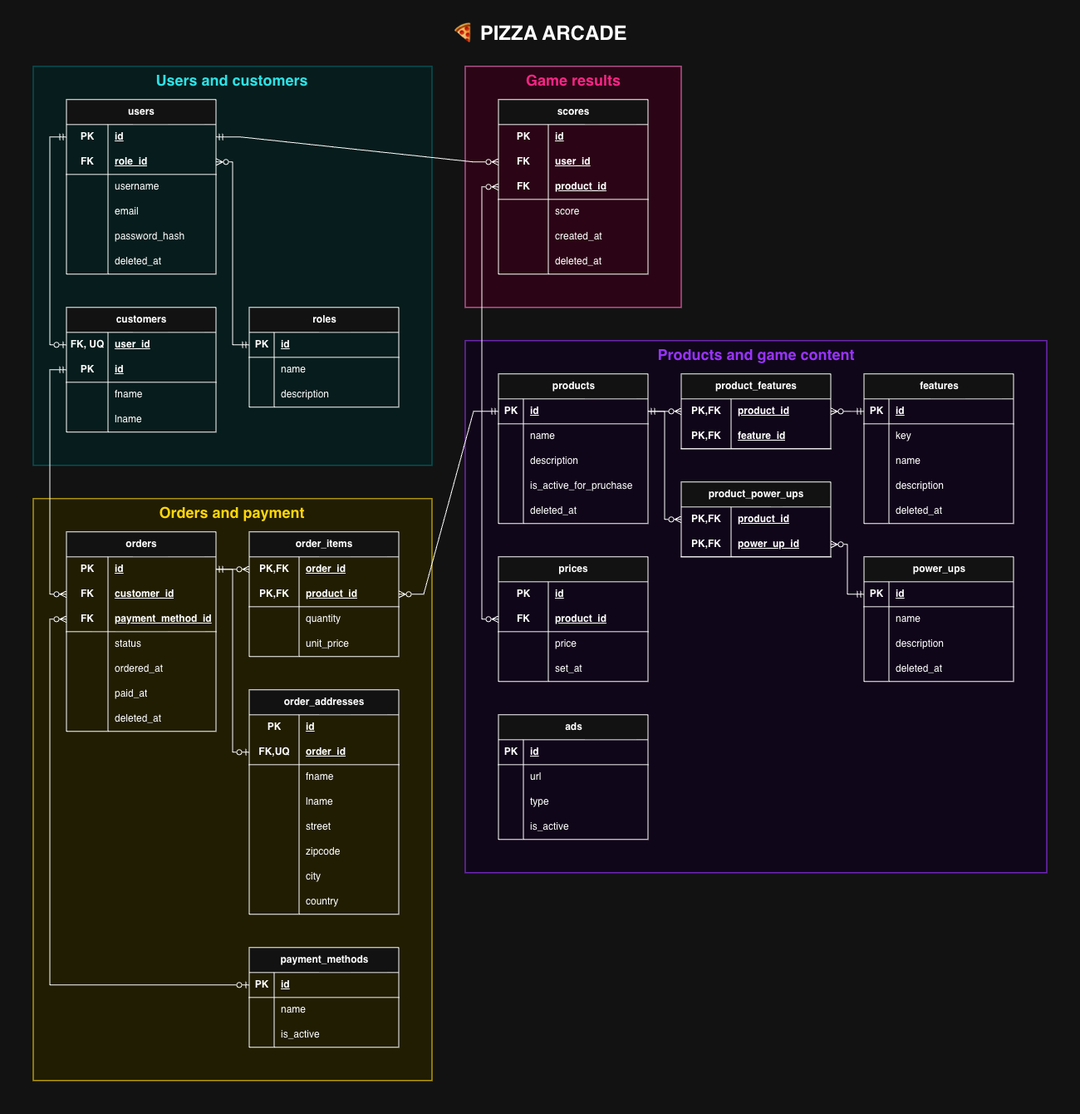
The draw.io diagram docs/er-diagram.png in niloscar/game-monetization, before a commit. Source tidied: cells renumbered, new cells last; positions are measured from the earlier drawing's top-left corner, leaving out a move shared by most shapes.
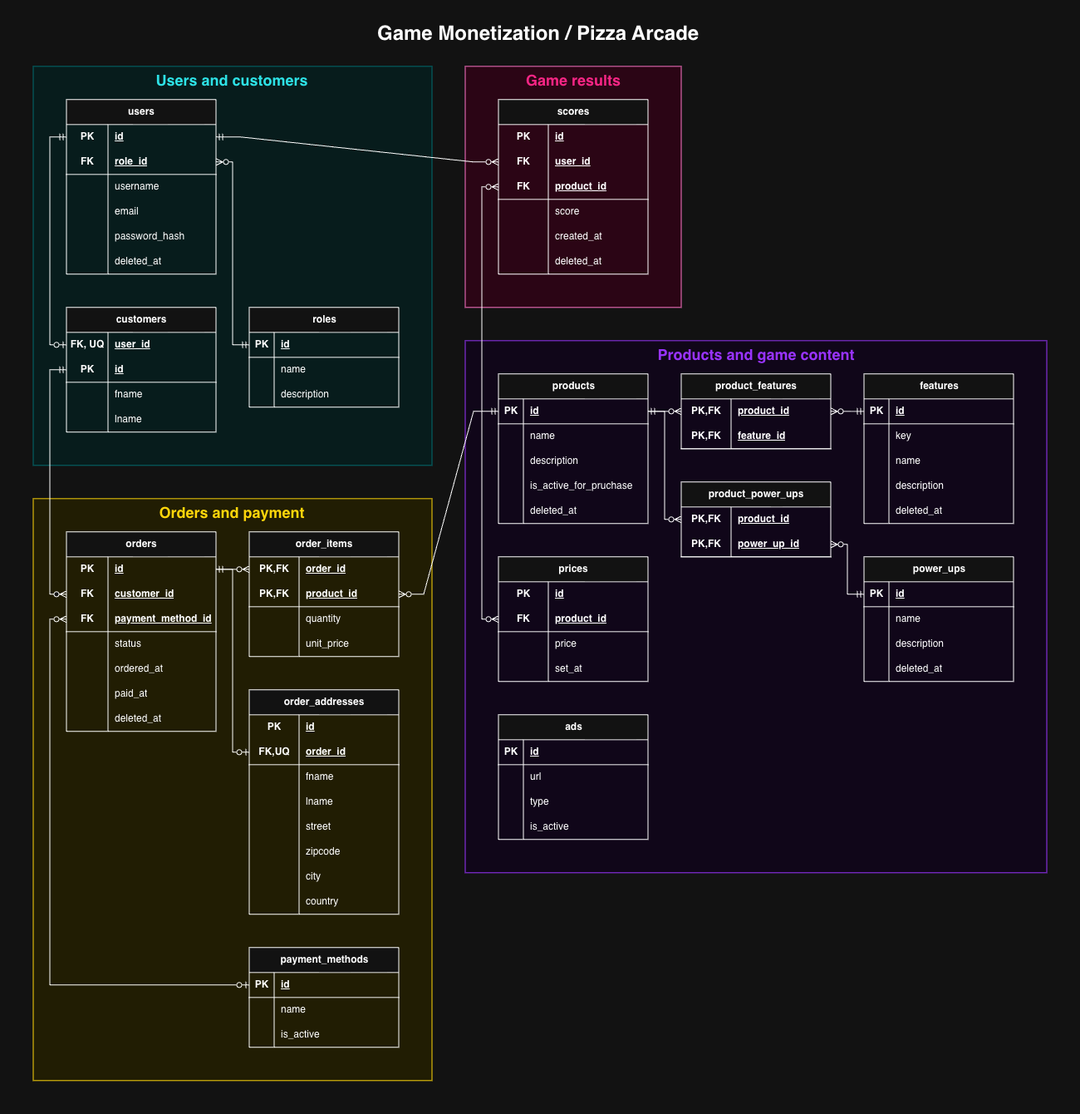
Later version of the same file.

The edit, as a diff of the source:
```diff
@@ -741,8 +741,8 @@
     <mxCell id="239" style="edgeStyle=orthogonalEdgeStyle;rounded=0;jettySize=auto;html=1;exitX=1;exitY=0.5;exitDx=0;exitDy=0;entryX=0;entryY=0.5;entryDx=0;entryDy=0;startArrow=ERzeroToMany;startFill=0;endArrow=ERmandOne;endFill=0;strokeColor=light-dark(#FFFFFF,#FFFFFF);" parent="1" edge="1" source="107" target="32">
       <mxGeometry relative="1" as="geometry" />
     </mxCell>
-    <mxCell id="240" value="&lt;h1 style=&quot;margin-top: 0px;&quot;&gt;🍕 PIZZA ARCADE&lt;/h1&gt;" style="text;html=1;whiteSpace=wrap;overflow=hidden;rounded=0;fontColor=light-dark(#FFFFFF,#FFFFFF);" parent="1" vertex="1">
-      <mxGeometry x="505" width="210" height="40" as="geometry" />
+    <mxCell id="240" value="&lt;h1 style=&quot;margin-top: 0px;&quot;&gt;Game Monetization / Pizza Arcade&lt;/h1&gt;" style="text;html=1;whiteSpace=wrap;overflow=hidden;rounded=0;fontColor=light-dark(#FFFFFF,#FFFFFF);" parent="1" vertex="1">
+      <mxGeometry x="412" width="397" height="40" as="geometry" />
     </mxCell>
   </root>
 </mxGraphModel>
```
